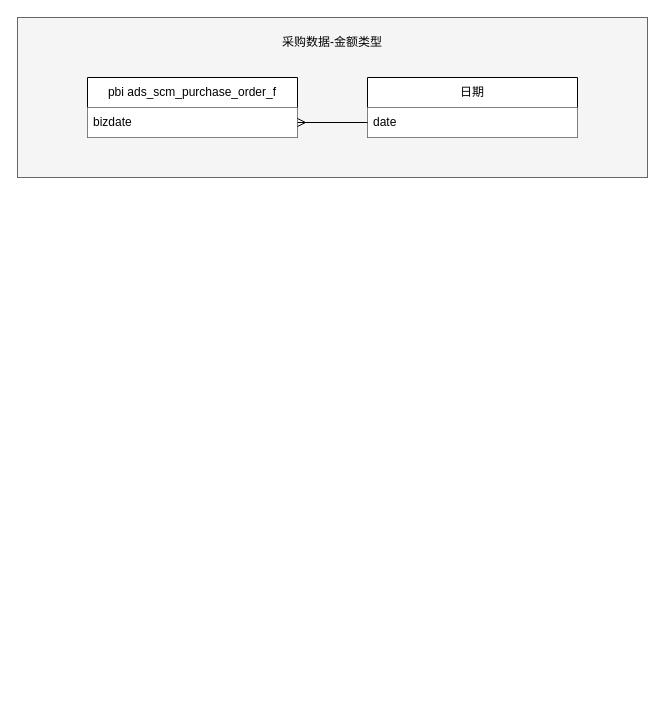
Before: 采购可视化PBI.drawio in ztacode/drawio, a draw.io diagram. Source tidied: cells renumbered, new cells numbered last; positions are measured from the earlier drawing's top-left corner, leaving out a move shared by most shapes. Both pictures are drawn from the tidied source at 100%, with x=0, y=0 at pixel (17, 17).
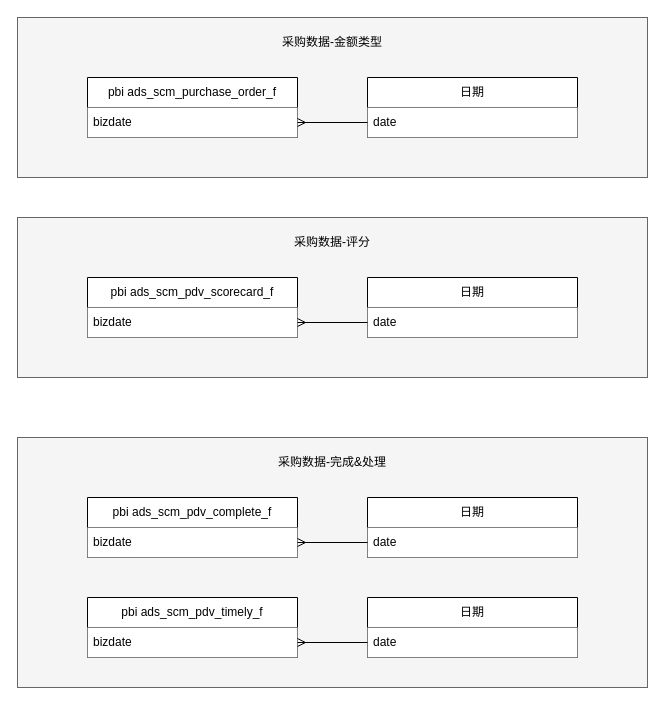
After the change.

Commit message (it also covers changes not shown here):
更新采购可视化PBI.drawio

The edit, as a diff of the source:
```diff
@@
+    <mxCell id="9" style="rounded=0;whiteSpace=wrap;html=1;fillColor=#f5f5f5;fontColor=#333333;strokeColor=#666666;" parent="1" vertex="1">
+      <mxGeometry y="200" width="630" height="160" as="geometry" />
+    </mxCell>
+    <mxCell id="10" value="pbi ads_scm_pdv_scorecard_f" style="swimlane;fontStyle=0;horizontal=1;startSize=30;whiteSpace=wrap;html=1;" parent="1" vertex="1">
+      <mxGeometry x="70" y="260" width="210" height="60" as="geometry" />
+    </mxCell>
+    <mxCell id="11" value="bizdate" style="text;strokeColor=none;fillColor=default;align=left;verticalAlign=middle;spacingLeft=4;spacingRight=4;overflow=hidden;points=[[0,0.5],[1,0.5]];portConstraint=eastwest;whiteSpace=wrap;html=1;" parent="10" vertex="1">
+      <mxGeometry y="30" width="210" height="30" as="geometry" />
+    </mxCell>
+    <mxCell id="12" value="日期" style="swimlane;fontStyle=0;horizontal=1;startSize=30;whiteSpace=wrap;html=1;" parent="1" vertex="1">
+      <mxGeometry x="350" y="260" width="210" height="60" as="geometry" />
+    </mxCell>
+    <mxCell id="13" value="date" style="text;align=left;verticalAlign=middle;spacingLeft=4;spacingRight=4;overflow=hidden;points=[[0,0.5],[1,0.5]];portConstraint=eastwest;whiteSpace=wrap;html=1;fillColor=default;" parent="12" vertex="1">
+      <mxGeometry y="30" width="210" height="30" as="geometry" />
+    </mxCell>
+    <mxCell id="14" style="edgeStyle=orthogonalEdgeStyle;rounded=0;jettySize=auto;html=1;exitX=0;exitY=0.5;exitDx=0;exitDy=0;entryX=1;entryY=0.5;entryDx=0;entryDy=0;endArrow=ERmany;endFill=0;" parent="1" edge="1" source="13" target="11">
+      <mxGeometry relative="1" as="geometry" />
+    </mxCell>
+    <mxCell id="15" value="采购数据-评分" style="text;html=1;strokeColor=none;fillColor=none;align=center;verticalAlign=middle;whiteSpace=wrap;rounded=0;" parent="1" vertex="1">
+      <mxGeometry x="257" y="210" width="116" height="30" as="geometry" />
+    </mxCell>
+    <mxCell id="16" style="rounded=0;whiteSpace=wrap;html=1;fillColor=#f5f5f5;fontColor=#333333;strokeColor=#666666;" parent="1" vertex="1">
+      <mxGeometry y="420" width="630" height="250" as="geometry" />
+    </mxCell>
+    <mxCell id="17" value="pbi ads_scm_pdv_complete_f" style="swimlane;fontStyle=0;horizontal=1;startSize=30;whiteSpace=wrap;html=1;" parent="1" vertex="1">
+      <mxGeometry x="70" y="480" width="210" height="60" as="geometry" />
+    </mxCell>
+    <mxCell id="18" value="bizdate" style="text;strokeColor=none;fillColor=default;align=left;verticalAlign=middle;spacingLeft=4;spacingRight=4;overflow=hidden;points=[[0,0.5],[1,0.5]];portConstraint=eastwest;whiteSpace=wrap;html=1;" parent="17" vertex="1">
+      <mxGeometry y="30" width="210" height="30" as="geometry" />
+    </mxCell>
+    <mxCell id="19" value="日期" style="swimlane;fontStyle=0;horizontal=1;startSize=30;whiteSpace=wrap;html=1;" parent="1" vertex="1">
+      <mxGeometry x="350" y="480" width="210" height="60" as="geometry" />
+    </mxCell>
+    <mxCell id="20" value="date" style="text;align=left;verticalAlign=middle;spacingLeft=4;spacingRight=4;overflow=hidden;points=[[0,0.5],[1,0.5]];portConstraint=eastwest;whiteSpace=wrap;html=1;fillColor=default;" parent="19" vertex="1">
+      <mxGeometry y="30" width="210" height="30" as="geometry" />
+    </mxCell>
+    <mxCell id="21" style="edgeStyle=orthogonalEdgeStyle;rounded=0;jettySize=auto;html=1;exitX=0;exitY=0.5;exitDx=0;exitDy=0;entryX=1;entryY=0.5;entryDx=0;entryDy=0;endArrow=ERmany;endFill=0;" parent="1" edge="1" source="20" target="18">
+      <mxGeometry relative="1" as="geometry" />
+    </mxCell>
+    <mxCell id="22" value="采购数据-完成&amp;amp;处理" style="text;html=1;strokeColor=none;fillColor=none;align=center;verticalAlign=middle;whiteSpace=wrap;rounded=0;" parent="1" vertex="1">
+      <mxGeometry x="257" y="430" width="116" height="30" as="geometry" />
+    </mxCell>
+    <mxCell id="23" value="pbi ads_scm_pdv_timely_f" style="swimlane;fontStyle=0;horizontal=1;startSize=30;whiteSpace=wrap;html=1;" parent="1" vertex="1">
+      <mxGeometry x="70" y="580" width="210" height="60" as="geometry" />
+    </mxCell>
+    <mxCell id="24" value="bizdate" style="text;strokeColor=none;fillColor=default;align=left;verticalAlign=middle;spacingLeft=4;spacingRight=4;overflow=hidden;points=[[0,0.5],[1,0.5]];portConstraint=eastwest;whiteSpace=wrap;html=1;" parent="23" vertex="1">
+      <mxGeometry y="30" width="210" height="30" as="geometry" />
+    </mxCell>
+    <mxCell id="25" value="日期" style="swimlane;fontStyle=0;horizontal=1;startSize=30;whiteSpace=wrap;html=1;" parent="1" vertex="1">
+      <mxGeometry x="350" y="580" width="210" height="60" as="geometry" />
+    </mxCell>
+    <mxCell id="26" value="date" style="text;align=left;verticalAlign=middle;spacingLeft=4;spacingRight=4;overflow=hidden;points=[[0,0.5],[1,0.5]];portConstraint=eastwest;whiteSpace=wrap;html=1;fillColor=default;" parent="25" vertex="1">
+      <mxGeometry y="30" width="210" height="30" as="geometry" />
+    </mxCell>
+    <mxCell id="27" style="edgeStyle=orthogonalEdgeStyle;rounded=0;jettySize=auto;html=1;exitX=0;exitY=0.5;exitDx=0;exitDy=0;entryX=1;entryY=0.5;entryDx=0;entryDy=0;endArrow=ERmany;endFill=0;" parent="1" edge="1" source="26" target="24">
+      <mxGeometry relative="1" as="geometry" />
+    </mxCell>
```
